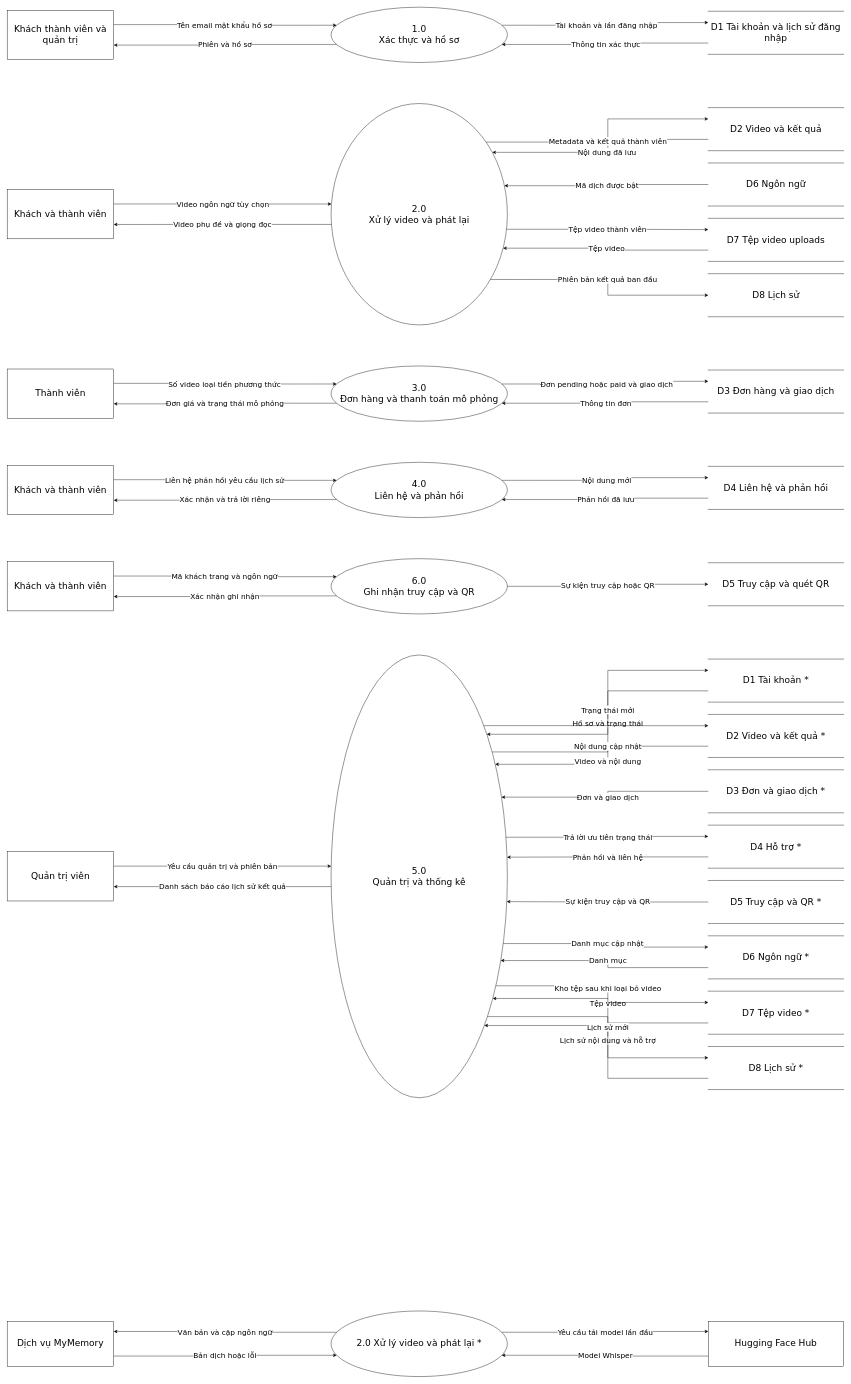
This is docs/so-do/DFD_Muc_1.drawio from YiTang-159/CNPM, a draw.io file, before an edit. Source tidied: cells renumbered, new cells numbered last; positions are measured from the earlier drawing's top-left corner, leaving out a move shared by most shapes. Both pictures are drawn from the tidied source at 41%, with x=0, y=0 at pixel (7, 7).
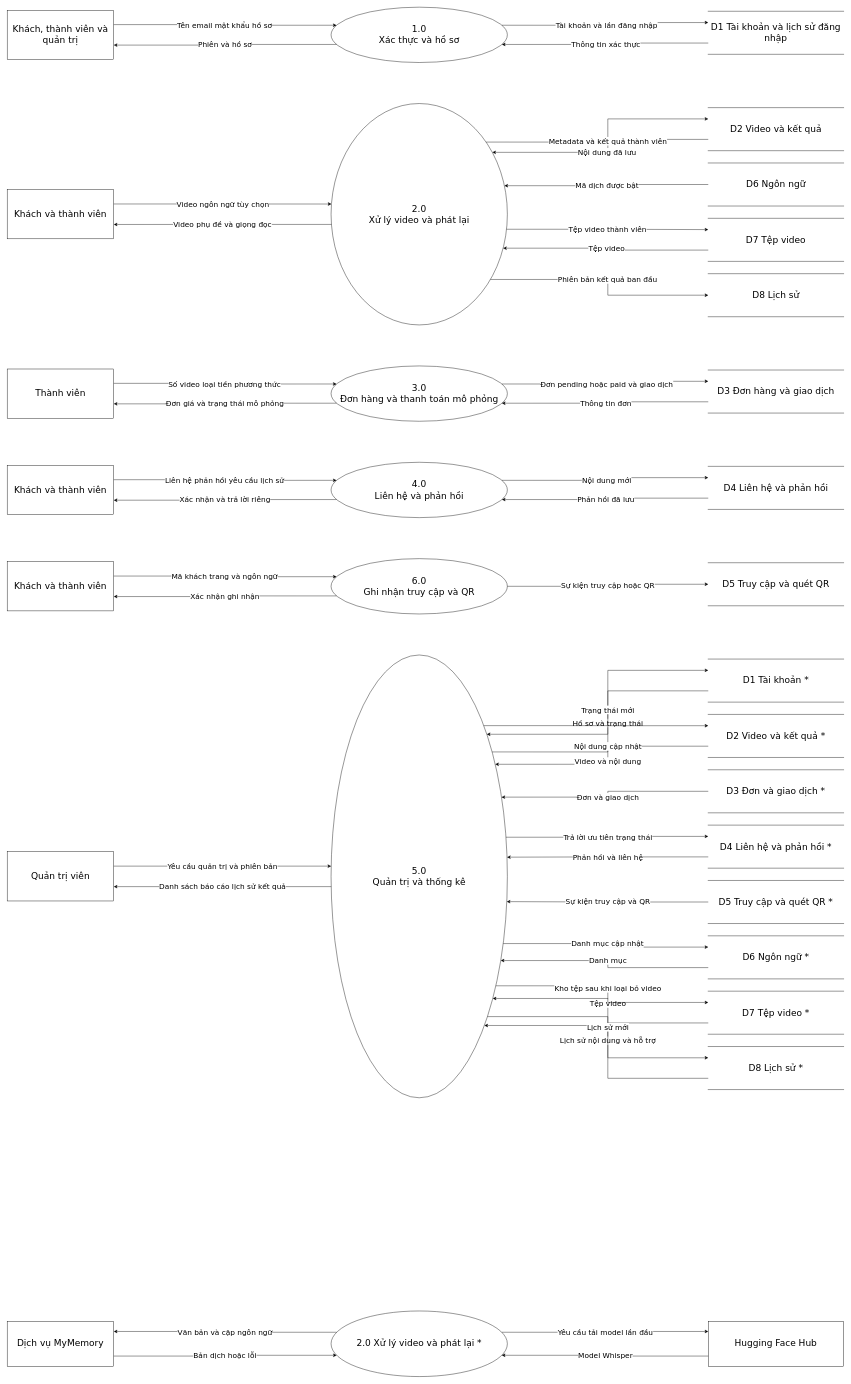
The same diagram, later.

What changed in the source:
```diff
@@
-    <mxCell id="3" value="Khách thành viên và quản trị" style="html=1;whiteSpace=wrap;strokeColor=#000000;fillColor=#ffffff;fontColor=#000000;fontFamily=DejaVu Sans;fontSize=22;" parent="1" vertex="1">
+    <mxCell id="3" value="Khách, thành viên và quản trị" style="html=1;whiteSpace=wrap;strokeColor=#000000;fillColor=#ffffff;fontColor=#000000;fontFamily=DejaVu Sans;fontSize=22;" parent="1" vertex="1">
       <mxGeometry y="7.5" width="260" height="120" as="geometry" />
     </mxCell>
@@
-    <mxCell id="18" value="D7 Tệp video uploads" style="shape=partialRectangle;left=0;right=0;html=1;whiteSpace=wrap;strokeColor=#000000;fillColor=#ffffff;fontColor=#000000;fontFamily=DejaVu Sans;fontSize=22;" parent="1" vertex="1">
+    <mxCell id="18" value="D7 Tệp video" style="shape=partialRectangle;left=0;right=0;html=1;whiteSpace=wrap;strokeColor=#000000;fillColor=#ffffff;fontColor=#000000;fontFamily=DejaVu Sans;fontSize=22;" parent="1" vertex="1">
       <mxGeometry x="1710" y="515" width="330" height="105" as="geometry" />
     </mxCell>
@@
-    <mxCell id="55" value="D4 Hỗ trợ *" style="shape=partialRectangle;left=0;right=0;html=1;whiteSpace=wrap;strokeColor=#000000;fillColor=#ffffff;fontColor=#000000;fontFamily=DejaVu Sans;fontSize=22;" parent="1" vertex="1">
+    <mxCell id="55" value="D4 Liên hệ và phản hồi *" style="shape=partialRectangle;left=0;right=0;html=1;whiteSpace=wrap;strokeColor=#000000;fillColor=#ffffff;fontColor=#000000;fontFamily=DejaVu Sans;fontSize=22;" parent="1" vertex="1">
       <mxGeometry x="1710" y="1995" width="330" height="105" as="geometry" />
     </mxCell>
@@
-    <mxCell id="58" value="D5 Truy cập và QR *" style="shape=partialRectangle;left=0;right=0;html=1;whiteSpace=wrap;strokeColor=#000000;fillColor=#ffffff;fontColor=#000000;fontFamily=DejaVu Sans;fontSize=22;" parent="1" vertex="1">
+    <mxCell id="58" value="D5 Truy cập và quét QR *" style="shape=partialRectangle;left=0;right=0;html=1;whiteSpace=wrap;strokeColor=#000000;fillColor=#ffffff;fontColor=#000000;fontFamily=DejaVu Sans;fontSize=22;" parent="1" vertex="1">
       <mxGeometry x="1710" y="2130" width="330" height="105" as="geometry" />
     </mxCell>
```
